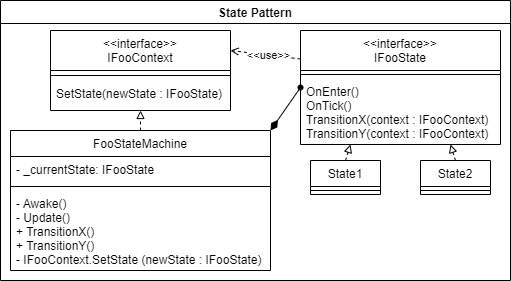
Above: Assets/StatePattern/StatePatternDiagram.png in Johnny-Connor/GameProgrammingPatterns (draw.io), before the change. Source tidied: cells renumbered, new cells last; positions are measured from the earlier drawing's top-left corner, leaving out a move shared by most shapes.
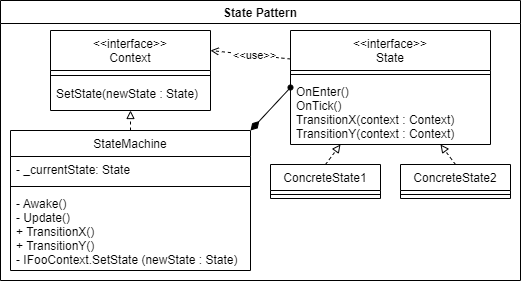
Above is the later version.

Change to the diagram source:
```diff
@@ -3,27 +3,27 @@
     <mxCell id="0" />
     <mxCell id="1" parent="0" />
     <mxCell id="2" value="State Pattern" style="swimlane;" parent="1" vertex="1">
-      <mxGeometry width="510" height="280" as="geometry" />
+      <mxGeometry width="520" height="280" as="geometry" />
     </mxCell>
-    <mxCell id="3" value="State1" style="swimlane;fontStyle=0;align=center;verticalAlign=top;horizontal=1;startSize=26;rounded=0;shadow=0;strokeWidth=1;" parent="2" vertex="1">
-      <mxGeometry x="310" y="160" width="70" height="34" as="geometry" />
+    <mxCell id="3" value="ConcreteState1" style="swimlane;fontStyle=0;align=center;verticalAlign=top;horizontal=1;startSize=26;rounded=0;shadow=0;strokeWidth=1;" parent="2" vertex="1">
+      <mxGeometry x="270" y="164" width="110" height="34" as="geometry" />
     </mxCell>
     <mxCell id="4" style="line;html=1;strokeWidth=1;align=left;verticalAlign=middle;spacingTop=-1;spacingLeft=3;spacingRight=3;labelPosition=right;" parent="3" vertex="1">
-      <mxGeometry y="26" width="70" height="8" as="geometry" />
+      <mxGeometry y="26" width="110" height="8" as="geometry" />
     </mxCell>
-    <mxCell id="5" value="State2" style="swimlane;fontStyle=0;align=center;verticalAlign=top;horizontal=1;startSize=26;rounded=0;shadow=0;strokeWidth=1;" parent="2" vertex="1">
-      <mxGeometry x="420" y="160" width="70" height="34" as="geometry" />
+    <mxCell id="5" value="ConcreteState2" style="swimlane;fontStyle=0;align=center;verticalAlign=top;horizontal=1;startSize=26;rounded=0;shadow=0;strokeWidth=1;" parent="2" vertex="1">
+      <mxGeometry x="400" y="164" width="110" height="34" as="geometry" />
     </mxCell>
     <mxCell id="6" style="line;html=1;strokeWidth=1;align=left;verticalAlign=middle;spacingTop=-1;spacingLeft=3;spacingRight=3;labelPosition=right;" parent="5" vertex="1">
-      <mxGeometry y="26" width="70" height="8" as="geometry" />
+      <mxGeometry y="26" width="110" height="8" as="geometry" />
     </mxCell>
-    <mxCell id="7" value="&lt;&lt;interface&gt;&gt;&#10;IFooState" style="swimlane;fontStyle=0;align=center;verticalAlign=top;horizontal=1;startSize=40;rounded=0;shadow=0;strokeWidth=1;" parent="2" vertex="1">
-      <mxGeometry x="300" y="30" width="200" height="114" as="geometry" />
+    <mxCell id="7" value="&lt;&lt;interface&gt;&gt;&#10;State" style="swimlane;fontStyle=0;align=center;verticalAlign=top;horizontal=1;startSize=40;rounded=0;shadow=0;strokeWidth=1;" parent="2" vertex="1">
+      <mxGeometry x="290" y="30" width="200" height="114" as="geometry" />
     </mxCell>
     <mxCell id="8" style="line;html=1;strokeWidth=1;align=left;verticalAlign=middle;spacingTop=-1;spacingLeft=3;spacingRight=3;labelPosition=right;" parent="7" vertex="1">
       <mxGeometry y="40" width="200" height="8" as="geometry" />
     </mxCell>
-    <mxCell id="9" value="OnEnter()&#10;OnTick()&#10;TransitionX(context : IFooContext)&#10;TransitionY(context : IFooContext)" style="text;align=left;verticalAlign=top;spacingLeft=4;spacingRight=4;overflow=hidden;" parent="7" vertex="1">
+    <mxCell id="9" value="OnEnter()&#10;OnTick()&#10;TransitionX(context : Context)&#10;TransitionY(context : Context)" style="text;align=left;verticalAlign=top;spacingLeft=4;spacingRight=4;overflow=hidden;" parent="7" vertex="1">
       <mxGeometry y="48" width="200" height="66" as="geometry" />
     </mxCell>
     <mxCell id="10" style="edgeStyle=none;rounded=0;jettySize=auto;html=1;exitX=0.5;exitY=0;exitDx=0;exitDy=0;entryX=0.75;entryY=1;entryDx=0;entryDy=0;endArrow=block;endFill=0;dashed=1;" parent="2" edge="1" source="5" target="7">
@@ -32,29 +32,29 @@
     <mxCell id="11" style="edgeStyle=none;rounded=0;jettySize=auto;html=1;exitX=0.5;exitY=0;exitDx=0;exitDy=0;entryX=0.25;entryY=1;entryDx=0;entryDy=0;dashed=1;endArrow=block;endFill=0;" parent="2" edge="1" source="3" target="7">
       <mxGeometry relative="1" as="geometry" />
     </mxCell>
-    <mxCell id="12" value="FooStateMachine" style="swimlane;fontStyle=0;align=center;verticalAlign=top;horizontal=1;startSize=26;rounded=0;shadow=0;strokeWidth=1;" parent="2" vertex="1">
-      <mxGeometry x="10" y="130" width="260" height="140" as="geometry" />
+    <mxCell id="12" value="StateMachine" style="swimlane;fontStyle=0;align=center;verticalAlign=top;horizontal=1;startSize=26;rounded=0;shadow=0;strokeWidth=1;" parent="2" vertex="1">
+      <mxGeometry x="10" y="130" width="240" height="140" as="geometry" />
     </mxCell>
-    <mxCell id="13" value="- _currentState: IFooState" style="text;align=left;verticalAlign=top;spacingLeft=4;spacingRight=4;overflow=hidden;rounded=0;shadow=0;html=0;" parent="12" vertex="1">
-      <mxGeometry y="26" width="260" height="26" as="geometry" />
+    <mxCell id="13" value="- _currentState: State" style="text;align=left;verticalAlign=top;spacingLeft=4;spacingRight=4;overflow=hidden;rounded=0;shadow=0;html=0;" parent="12" vertex="1">
+      <mxGeometry y="26" width="240" height="26" as="geometry" />
     </mxCell>
     <mxCell id="14" style="line;html=1;strokeWidth=1;align=left;verticalAlign=middle;spacingTop=-1;spacingLeft=3;spacingRight=3;labelPosition=right;" parent="12" vertex="1">
-      <mxGeometry y="52" width="260" height="8" as="geometry" />
+      <mxGeometry y="52" width="240" height="8" as="geometry" />
     </mxCell>
-    <mxCell id="15" value="- Awake()&#10;- Update()&#10;+ TransitionX()&#10;+ TransitionY()&#10;- IFooContext.SetState (newState : IFooState)" style="text;align=left;verticalAlign=top;spacingLeft=4;spacingRight=4;overflow=hidden;" parent="12" vertex="1">
-      <mxGeometry y="60" width="260" height="80" as="geometry" />
+    <mxCell id="15" value="- Awake()&#10;- Update()&#10;+ TransitionX()&#10;+ TransitionY()&#10;- IFooContext.SetState (newState : State)" style="text;align=left;verticalAlign=top;spacingLeft=4;spacingRight=4;overflow=hidden;" parent="12" vertex="1">
+      <mxGeometry y="60" width="240" height="80" as="geometry" />
     </mxCell>
     <mxCell id="16" style="endArrow=oval;html=1;endSize=5;startArrow=diamondThin;startSize=10;startFill=1;align=left;verticalAlign=bottom;rounded=0;strokeColor=default;exitX=1;exitY=0;exitDx=0;exitDy=0;endFill=1;entryX=0;entryY=0.5;entryDx=0;entryDy=0;" parent="2" edge="1" source="12" target="7">
       <mxGeometry x="-0.22" y="3" relative="1" as="geometry" />
     </mxCell>
-    <mxCell id="17" value="&lt;&lt;interface&gt;&gt;&#10;IFooContext" style="swimlane;fontStyle=0;align=center;verticalAlign=top;horizontal=1;startSize=40;rounded=0;shadow=0;strokeWidth=1;labelBorderColor=none;" parent="2" vertex="1">
-      <mxGeometry x="50" y="30" width="180" height="80" as="geometry" />
+    <mxCell id="17" value="&lt;&lt;interface&gt;&gt;&#10;Context" style="swimlane;fontStyle=0;align=center;verticalAlign=top;horizontal=1;startSize=40;rounded=0;shadow=0;strokeWidth=1;labelBorderColor=none;" parent="2" vertex="1">
+      <mxGeometry x="50" y="30" width="160" height="80" as="geometry" />
     </mxCell>
     <mxCell id="18" style="line;html=1;strokeWidth=1;align=left;verticalAlign=middle;spacingTop=-1;spacingLeft=3;spacingRight=3;labelPosition=right;" parent="17" vertex="1">
-      <mxGeometry y="40" width="180" height="10" as="geometry" />
+      <mxGeometry y="40" width="160" height="10" as="geometry" />
     </mxCell>
-    <mxCell id="19" value="SetState(newState : IFooState)" style="text;align=left;verticalAlign=top;spacingLeft=4;spacingRight=4;overflow=hidden;" parent="17" vertex="1">
-      <mxGeometry y="50" width="180" height="30" as="geometry" />
+    <mxCell id="19" value="SetState(newState : State)" style="text;align=left;verticalAlign=top;spacingLeft=4;spacingRight=4;overflow=hidden;" parent="17" vertex="1">
+      <mxGeometry y="50" width="160" height="30" as="geometry" />
     </mxCell>
     <mxCell id="20" style="edgeStyle=none;rounded=0;jettySize=auto;html=1;entryX=1;entryY=0.25;entryDx=0;entryDy=0;dashed=1;endArrow=open;endFill=0;exitX=0;exitY=0.25;exitDx=0;exitDy=0;" parent="2" edge="1" source="7" target="17">
       <mxGeometry relative="1" as="geometry" />
```
